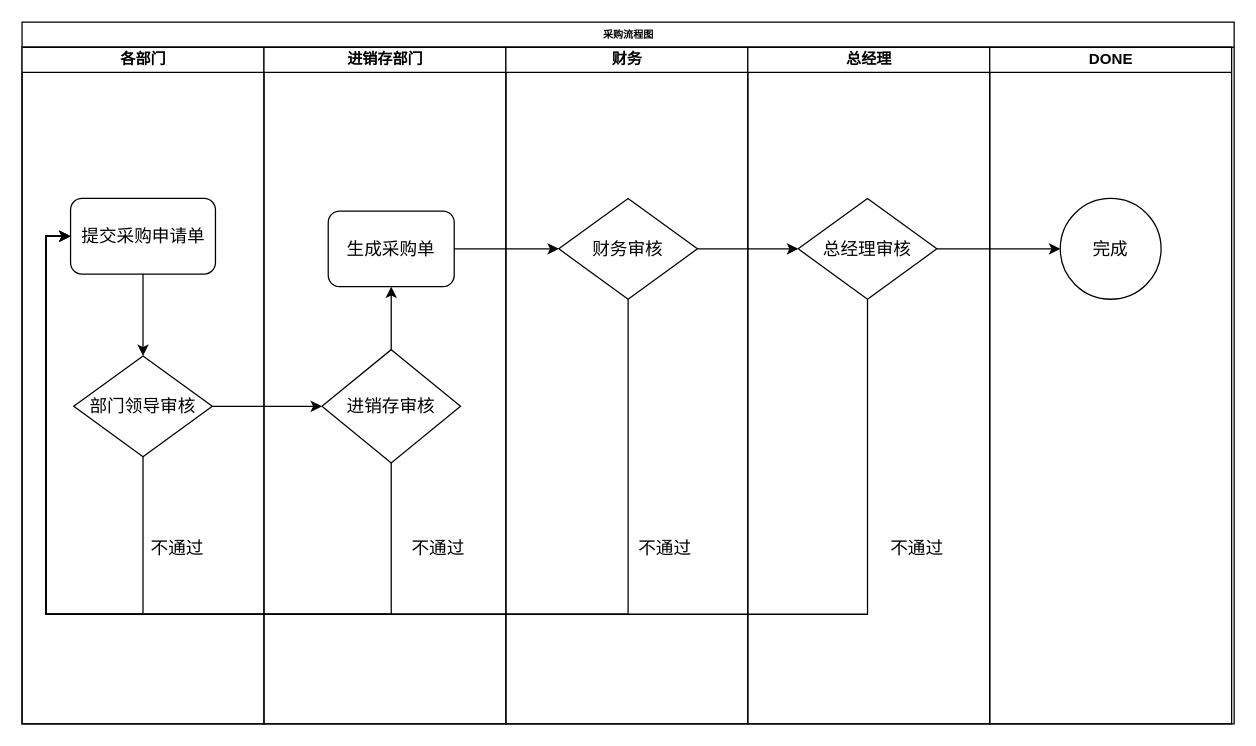
Cyrusvic/358pub keeps this draw.io diagram as 未命名表单.drawio. Above is the earlier version. Source tidied: cells renumbered, new cells numbered last; positions are measured from the earlier drawing's top-left corner, leaving out a move shared by most shapes. Both pictures are drawn from the tidied source at 126%, with x=0, y=0 at pixel (21, 21).
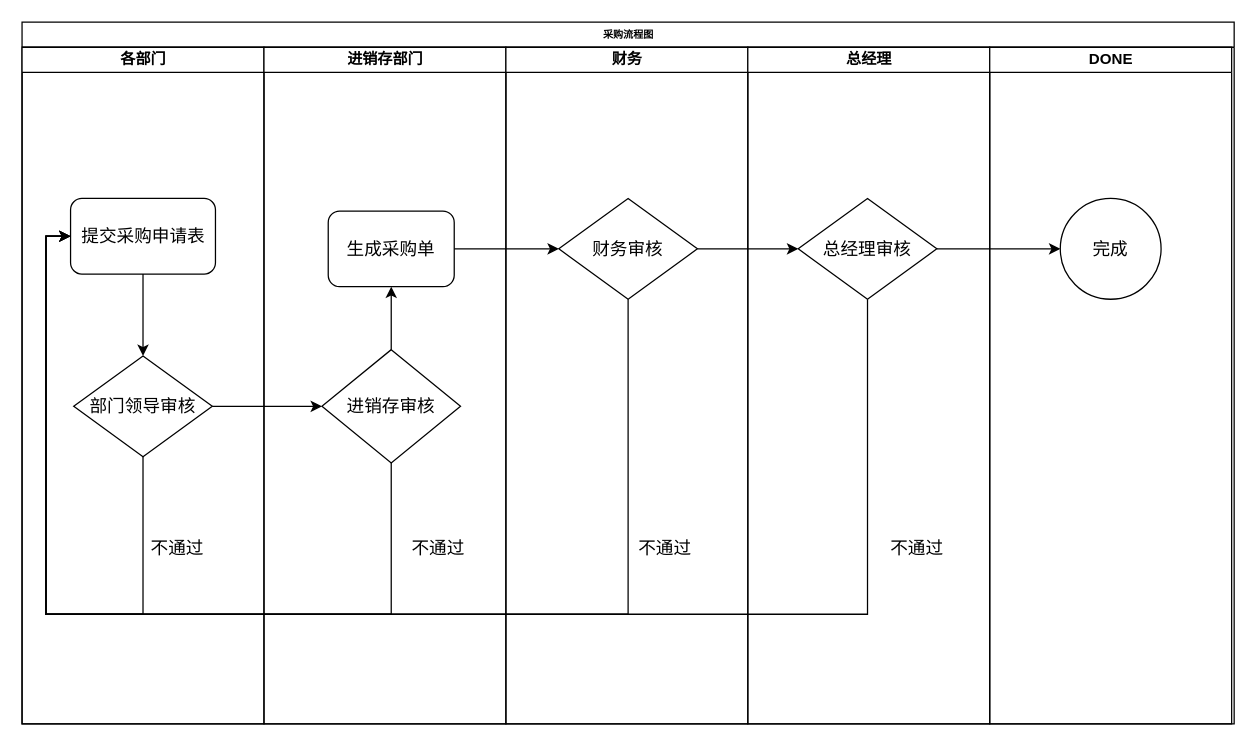
Above is the later version.

Unchanged cells that the change refers to:
```xml
<mxCell id="3" value="各部门" style="swimlane;html=1;startSize=20;" parent="2" vertex="1">
  <mxGeometry y="20" width="192" height="537" as="geometry" />
</mxCell>
```

Diff of the diagram source:
```diff
@@
-    <mxCell id="5" value="提交采购申请单" style="rounded=1;whiteSpace=wrap;html=1;shadow=0;labelBackgroundColor=none;strokeWidth=1;fontFamily=Verdana;fontSize=14;align=center;fontStyle=0;" parent="3" vertex="1">
+    <mxCell id="5" value="提交采购申请表" style="rounded=1;whiteSpace=wrap;html=1;shadow=0;labelBackgroundColor=none;strokeWidth=1;fontFamily=Verdana;fontSize=14;align=center;fontStyle=0;" parent="3" vertex="1">
       <mxGeometry x="38.5" y="120" width="115" height="60" as="geometry" />
     </mxCell>
```
